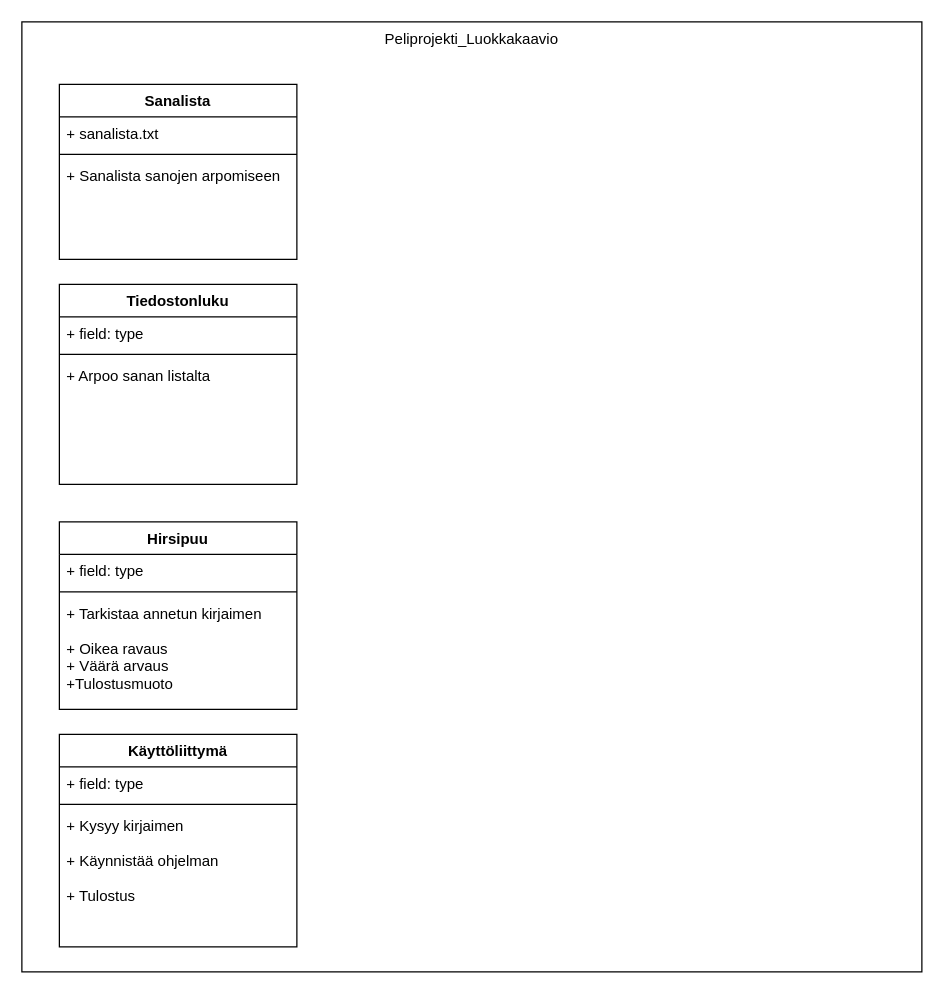
HaMa685/631_Peliprojekti_Javalla keeps this draw.io diagram as Luokkakaavio.drawio. Above is the earlier version. Source tidied: cells renumbered, new cells numbered last; positions are measured from the earlier drawing's top-left corner, leaving out a move shared by most shapes. Both pictures are drawn from the tidied source at 125%, with x=0, y=0 at pixel (21, 21).
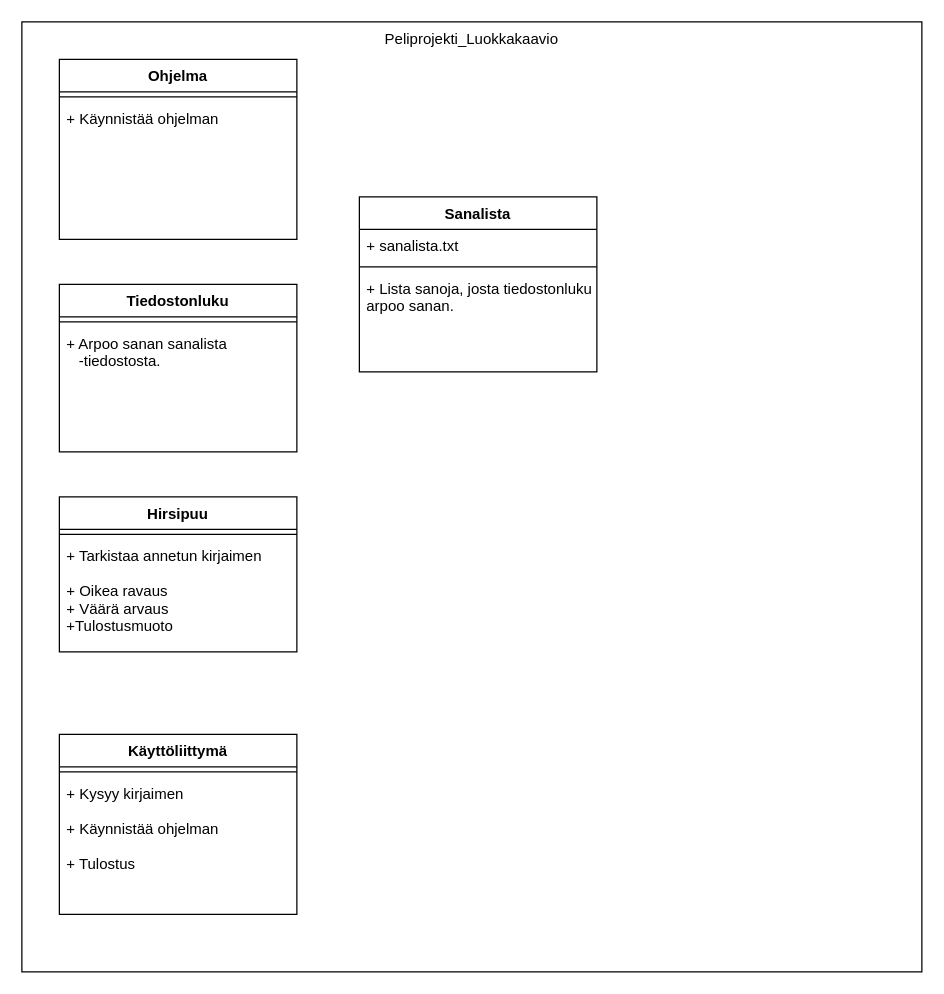
The same page after the edit.

Commit message:
Päivitetty kaavio

The edit, as a diff of the source:
```diff
@@
 <mxGraphModel>
   <root>
     <mxCell id="0" />
     <mxCell id="1" parent="0" />
-    <mxCell id="2" value="Peliprojekti_Luokkakaavio" style="rounded=0;whiteSpace=wrap;html=1;verticalAlign=top;" parent="1" vertex="1">
+    <mxCell id="2" value="Peliprojekti_Luokkakaavio" style="rounded=0;whiteSpace=wrap;html=1;verticalAlign=top;align=center;" parent="1" vertex="1">
       <mxGeometry width="720" height="760" as="geometry" />
     </mxCell>
     <mxCell id="3" value="Sanalista" style="swimlane;fontStyle=1;align=center;verticalAlign=top;horizontal=1;startSize=26;" parent="1" vertex="1">
-      <mxGeometry x="30" y="50" width="190" height="140" as="geometry" />
+      <mxGeometry x="270" y="140" width="190" height="140" as="geometry" />
     </mxCell>
     <mxCell id="4" value="+ sanalista.txt" style="text;strokeColor=none;fillColor=none;align=left;verticalAlign=top;spacingLeft=4;spacingRight=4;overflow=hidden;" parent="3" vertex="1">
       <mxGeometry y="26" width="190" height="26" as="geometry" />
     </mxCell>
     <mxCell id="5" style="line;strokeWidth=1;fillColor=none;align=left;verticalAlign=middle;spacingTop=-1;spacingLeft=3;spacingRight=3;labelPosition=right;" parent="3" vertex="1">
       <mxGeometry y="52" width="190" height="8" as="geometry" />
     </mxCell>
-    <mxCell id="6" value="+ Sanalista sanojen arpomiseen" style="text;strokeColor=none;fillColor=none;align=left;verticalAlign=top;spacingLeft=4;spacingRight=4;overflow=hidden;" parent="3" vertex="1">
+    <mxCell id="6" value="+ Lista sanoja, josta tiedostonluku&#10;arpoo sanan." style="text;strokeColor=none;fillColor=none;align=left;verticalAlign=top;spacingLeft=4;spacingRight=4;overflow=hidden;" parent="3" vertex="1">
       <mxGeometry y="60" width="190" height="80" as="geometry" />
     </mxCell>
     <mxCell id="7" value="Tiedostonluku" style="swimlane;fontStyle=1;align=center;verticalAlign=top;horizontal=1;startSize=26;" parent="1" vertex="1">
-      <mxGeometry x="30" y="210" width="190" height="160" as="geometry" />
+      <mxGeometry x="30" y="210" width="190" height="134" as="geometry" />
     </mxCell>
-    <mxCell id="8" value="+ field: type" style="text;strokeColor=none;fillColor=none;align=left;verticalAlign=top;spacingLeft=4;spacingRight=4;overflow=hidden;" parent="7" vertex="1">
-      <mxGeometry y="26" width="190" height="26" as="geometry" />
-    </mxCell>
     <mxCell id="9" style="line;strokeWidth=1;fillColor=none;align=left;verticalAlign=middle;spacingTop=-1;spacingLeft=3;spacingRight=3;labelPosition=right;" parent="7" vertex="1">
-      <mxGeometry y="52" width="190" height="8" as="geometry" />
+      <mxGeometry y="26" width="190" height="8" as="geometry" />
     </mxCell>
-    <mxCell id="10" value="+ Arpoo sanan listalta" style="text;strokeColor=none;fillColor=none;align=left;verticalAlign=top;spacingLeft=4;spacingRight=4;overflow=hidden;" parent="7" vertex="1">
-      <mxGeometry y="60" width="190" height="100" as="geometry" />
+    <mxCell id="10" value="+ Arpoo sanan sanalista&#10;   -tiedostosta." style="text;strokeColor=none;fillColor=none;align=left;verticalAlign=top;spacingLeft=4;spacingRight=4;overflow=hidden;" parent="7" vertex="1">
+      <mxGeometry y="34" width="190" height="100" as="geometry" />
     </mxCell>
     <mxCell id="11" value="Hirsipuu" style="swimlane;fontStyle=1;align=center;verticalAlign=top;horizontal=1;startSize=26;" parent="1" vertex="1">
-      <mxGeometry x="30" y="400" width="190" height="150" as="geometry" />
+      <mxGeometry x="30" y="380" width="190" height="124" as="geometry" />
     </mxCell>
-    <mxCell id="12" value="+ field: type" style="text;strokeColor=none;fillColor=none;align=left;verticalAlign=top;spacingLeft=4;spacingRight=4;overflow=hidden;" parent="11" vertex="1">
-      <mxGeometry y="26" width="190" height="26" as="geometry" />
-    </mxCell>
     <mxCell id="13" style="line;strokeWidth=1;fillColor=none;align=left;verticalAlign=middle;spacingTop=-1;spacingLeft=3;spacingRight=3;labelPosition=right;" parent="11" vertex="1">
-      <mxGeometry y="52" width="190" height="8" as="geometry" />
+      <mxGeometry y="26" width="190" height="8" as="geometry" />
     </mxCell>
     <mxCell id="14" value="+ Tarkistaa annetun kirjaimen&#10;&#10;+ Oikea ravaus&#10;+ Väärä arvaus&#10;+Tulostusmuoto" style="text;strokeColor=none;fillColor=none;align=left;verticalAlign=top;spacingLeft=4;spacingRight=4;overflow=hidden;" parent="11" vertex="1">
-      <mxGeometry y="60" width="190" height="90" as="geometry" />
+      <mxGeometry y="34" width="190" height="90" as="geometry" />
     </mxCell>
     <mxCell id="15" value="Käyttöliittymä" style="swimlane;fontStyle=1;align=center;verticalAlign=top;horizontal=1;startSize=26;" parent="1" vertex="1">
-      <mxGeometry x="30" y="570" width="190" height="170" as="geometry" />
+      <mxGeometry x="30" y="570" width="190" height="144" as="geometry" />
     </mxCell>
-    <mxCell id="16" value="+ field: type" style="text;strokeColor=none;fillColor=none;align=left;verticalAlign=top;spacingLeft=4;spacingRight=4;overflow=hidden;" parent="15" vertex="1">
-      <mxGeometry y="26" width="190" height="26" as="geometry" />
-    </mxCell>
     <mxCell id="17" style="line;strokeWidth=1;fillColor=none;align=left;verticalAlign=middle;spacingTop=-1;spacingLeft=3;spacingRight=3;labelPosition=right;" parent="15" vertex="1">
-      <mxGeometry y="52" width="190" height="8" as="geometry" />
+      <mxGeometry y="26" width="190" height="8" as="geometry" />
     </mxCell>
-    <mxCell id="18" value="+ Kysyy kirjaimen&#10;&#10;+ Käynnistää ohjelman&#10;&#10;+ Tulostus" style="text;strokeColor=none;fillColor=none;align=left;verticalAlign=top;spacingLeft=4;spacingRight=4;overflow=hidden;" parent="15" vertex="1">
-      <mxGeometry y="60" width="190" height="110" as="geometry" />
+    <mxCell id="18" value="+ Kysyy kirjaimen&#10;&#10;+ Käynnistää ohjelman&#10;&#10;+ Tulostus&#10;" style="text;strokeColor=none;fillColor=none;align=left;verticalAlign=top;spacingLeft=4;spacingRight=4;overflow=hidden;" parent="15" vertex="1">
+      <mxGeometry y="34" width="190" height="110" as="geometry" />
     </mxCell>
+    <mxCell id="19" value="Ohjelma" style="swimlane;fontStyle=1;align=center;verticalAlign=top;horizontal=1;startSize=26;" parent="1" vertex="1">
+      <mxGeometry x="30" y="30" width="190" height="144" as="geometry" />
+    </mxCell>
+    <mxCell id="20" style="line;strokeWidth=1;fillColor=none;align=left;verticalAlign=middle;spacingTop=-1;spacingLeft=3;spacingRight=3;labelPosition=right;" parent="19" vertex="1">
+      <mxGeometry y="26" width="190" height="8" as="geometry" />
+    </mxCell>
+    <mxCell id="21" value="+ Käynnistää ohjelman" style="text;strokeColor=none;fillColor=none;align=left;verticalAlign=top;spacingLeft=4;spacingRight=4;overflow=hidden;" parent="19" vertex="1">
+      <mxGeometry y="34" width="190" height="110" as="geometry" />
+    </mxCell>
   </root>
 </mxGraphModel>
```
